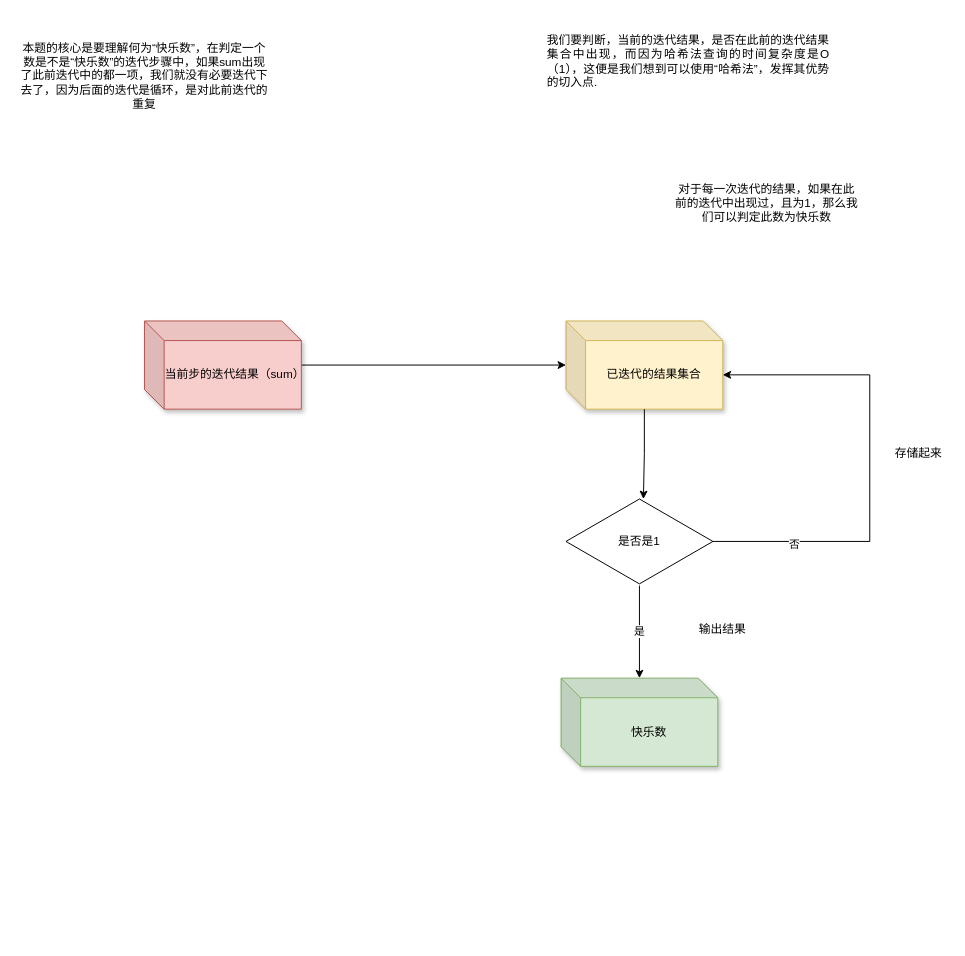
This is 快乐数.drawio from 177-Liukuan/MyPicture, a draw.io file, before an edit. Source tidied: cells renumbered, new cells numbered last; positions are measured from the earlier drawing's top-left corner, leaving out a move shared by most shapes. Both pictures are drawn from the tidied source at 98%, with x=0, y=0 at pixel (17, 17).
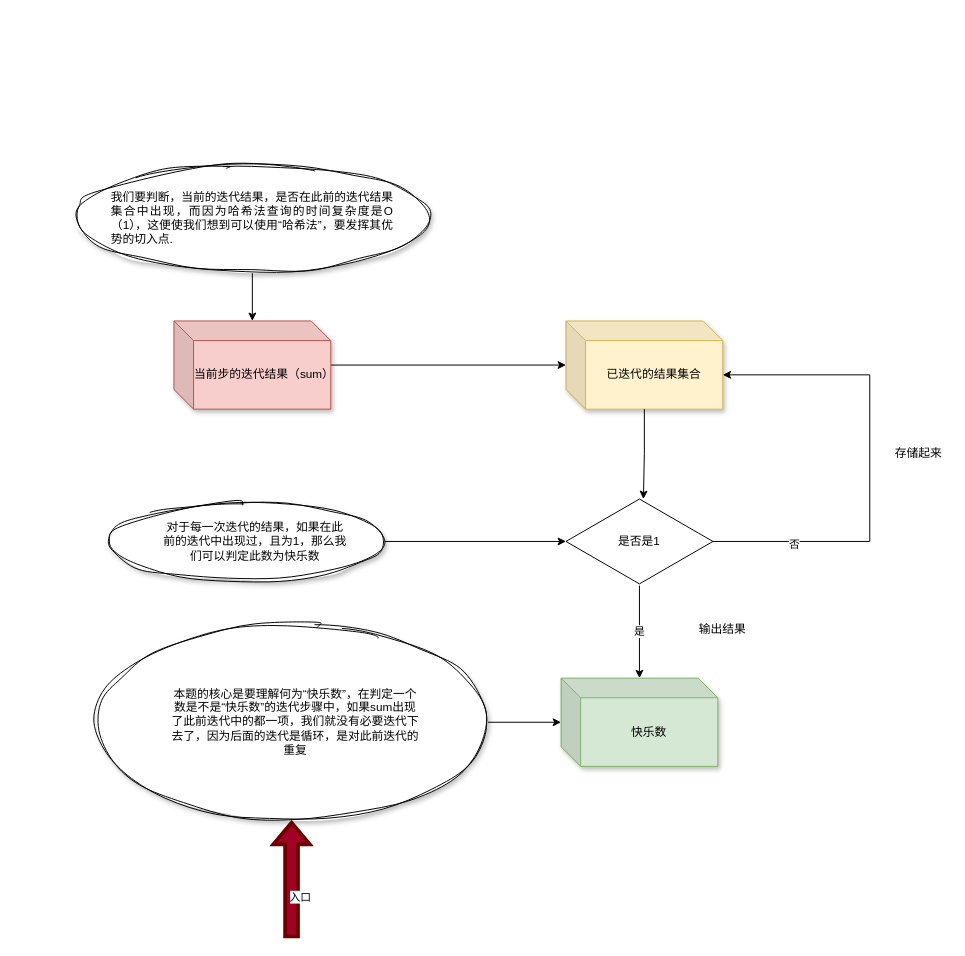
Above is the later version.

Commit message (it also covers changes not shown here):
更新快乐数.drawio

The change refers to these unchanged cells:
```xml
<mxCell id="8" value="快乐数" style="shape=cube;whiteSpace=wrap;html=1;boundedLbl=1;backgroundOutline=1;darkOpacity=0.05;darkOpacity2=0.1;shadow=1;fillColor=#d5e8d4;strokeColor=#82b366;" parent="1" vertex="1">
  <mxGeometry x="555" y="674.5" width="160" height="90" as="geometry" />
</mxCell>
<mxCell id="11" value="是否是1" style="html=1;whiteSpace=wrap;shape=isoRectangle;" parent="1" vertex="1">
  <mxGeometry x="560" y="490" width="150" height="90" as="geometry" />
</mxCell>
```

Change to the diagram source:
```diff
@@
+    <mxCell id="17" style="edgeStyle=orthogonalEdgeStyle;rounded=0;jettySize=auto;html=1;" parent="1" edge="1" source="18" target="11">
+      <mxGeometry relative="1" as="geometry" />
+    </mxCell>
+    <mxCell id="18" style="ellipse;whiteSpace=wrap;html=1;shadow=1;sketch=1;curveFitting=1;jiggle=2;" parent="1" vertex="1">
+      <mxGeometry x="94" y="495" width="280" height="80" as="geometry" />
+    </mxCell>
+    <mxCell id="19" style="edgeStyle=orthogonalEdgeStyle;rounded=0;jettySize=auto;html=1;" parent="1" edge="1" source="20" target="7">
+      <mxGeometry relative="1" as="geometry" />
+    </mxCell>
+    <mxCell id="20" style="ellipse;whiteSpace=wrap;html=1;shadow=1;sketch=1;curveFitting=1;jiggle=2;" parent="1" vertex="1">
+      <mxGeometry x="60" y="150" width="360" height="110" as="geometry" />
+    </mxCell>
+    <mxCell id="21" style="edgeStyle=orthogonalEdgeStyle;rounded=0;jettySize=auto;html=1;" parent="1" edge="1" source="22" target="8">
+      <mxGeometry relative="1" as="geometry" />
+    </mxCell>
+    <mxCell id="22" style="ellipse;whiteSpace=wrap;html=1;shadow=1;sketch=1;curveFitting=1;jiggle=2;" parent="1" vertex="1">
+      <mxGeometry x="80" y="619.5" width="400" height="200" as="geometry" />
+    </mxCell>
@@
-    <mxCell id="3" value="本题的核心是要理解何为“快乐数”，在判定一个数是不是“快乐数”的迭代步骤中，如果sum出现了此前迭代中的都一项，我们就没有必要迭代下去了，因为后面的迭代是循环，是对此前迭代的重复" style="text;html=1;strokeColor=none;fillColor=none;align=center;verticalAlign=middle;whiteSpace=wrap;rounded=0;" parent="1" vertex="1">
-      <mxGeometry width="260" height="120" as="geometry" />
+    <mxCell id="3" value="本题的核心是要理解何为“快乐数”，在判定一个数是不是“快乐数”的迭代步骤中，如果sum出现了此前迭代中的都一项，我们就没有必要迭代下去了，因为后面的迭代是循环，是对此前迭代的重复" style="text;html=1;strokeColor=none;fillColor=none;align=center;verticalAlign=middle;whiteSpace=wrap;rounded=0;sketch=1;curveFitting=1;jiggle=2;shadow=1;" parent="1" vertex="1">
+      <mxGeometry x="154" y="659" width="260" height="120" as="geometry" />
     </mxCell>
     <mxCell id="4" value="对于每一次迭代的结果，如果在此前的迭代中出现过，且为1，那么我们可以判定此数为快乐数" style="text;html=1;strokeColor=none;fillColor=none;align=center;verticalAlign=middle;whiteSpace=wrap;rounded=0;" parent="1" vertex="1">
-      <mxGeometry x="670" y="160" width="190" height="60" as="geometry" />
+      <mxGeometry x="148" y="505" width="190" height="60" as="geometry" />
     </mxCell>
-    <mxCell id="5" value="&lt;div style=&quot;text-align: justify;&quot;&gt;&lt;span style=&quot;background-color: initial;&quot;&gt;我们要判断，当前的迭代结果，是否在此前的迭代结果集合中出现，而因为哈希法查询的时间复杂度是O（1），&lt;/span&gt;&lt;span style=&quot;background-color: initial;&quot;&gt;这便是我们想到可以使用“哈希法”，发挥其优势的切入点.&lt;/span&gt;&lt;/div&gt;" style="text;html=1;strokeColor=none;fillColor=none;align=center;verticalAlign=middle;whiteSpace=wrap;rounded=0;" parent="1" vertex="1">
-      <mxGeometry x="540" y="10" width="290" height="70" as="geometry" />
+    <mxCell id="5" value="&lt;div style=&quot;text-align: justify;&quot;&gt;&lt;span style=&quot;background-color: initial;&quot;&gt;我们要判断，当前的迭代结果，是否在此前的迭代结果集合中出现，而因为哈希法查询的时间复杂度是O（1），&lt;/span&gt;&lt;span style=&quot;background-color: initial;&quot;&gt;这便使我们想到可以使用“哈希法”，要发挥其优势的切入点.&lt;/span&gt;&lt;/div&gt;" style="text;html=1;strokeColor=none;fillColor=none;align=center;verticalAlign=middle;whiteSpace=wrap;rounded=0;" parent="1" vertex="1">
+      <mxGeometry x="95" y="170" width="290" height="70" as="geometry" />
     </mxCell>
@@
     <mxCell id="7" value="当前步的迭代结果（sum）" style="shape=cube;whiteSpace=wrap;html=1;boundedLbl=1;backgroundOutline=1;darkOpacity=0.05;darkOpacity2=0.1;shadow=1;fillColor=#f8cecc;strokeColor=#b85450;" parent="1" vertex="1">
-      <mxGeometry x="130" y="310" width="160" height="90" as="geometry" />
+      <mxGeometry x="160" y="310" width="160" height="90" as="geometry" />
     </mxCell>
@@
+    <mxCell id="23" style="shape=flexArrow;endArrow=classic;html=1;rounded=0;strokeWidth=4;fillColor=#a20025;strokeColor=#6F0000;" parent="1" edge="1">
+      <mxGeometry relative="1" as="geometry">
+        <mxPoint x="280" y="940" as="sourcePoint" />
+        <mxPoint x="280" y="820" as="targetPoint" />
+      </mxGeometry>
+    </mxCell>
+    <mxCell id="24" value="入口" style="edgeLabel;html=1;align=center;verticalAlign=middle;" parent="23" vertex="1">
+      <mxGeometry x="-0.29" y="-8" relative="1" as="geometry" />
+    </mxCell>
```
